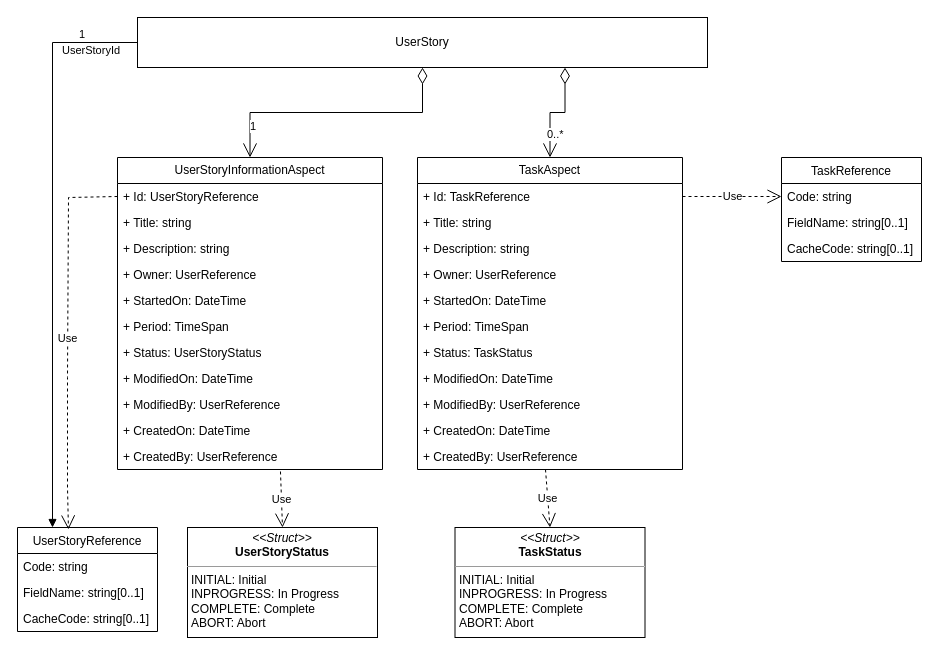
The draw.io diagram UML/Domain/UserStory.drawio in sdlfly2000/SimpleDashboard, before the edit. Source tidied: cells renumbered, new cells numbered last; positions are measured from the earlier drawing's top-left corner, leaving out a move shared by most shapes. Both pictures are drawn from the tidied source at 100%, with x=0, y=0 at pixel (17, 17).
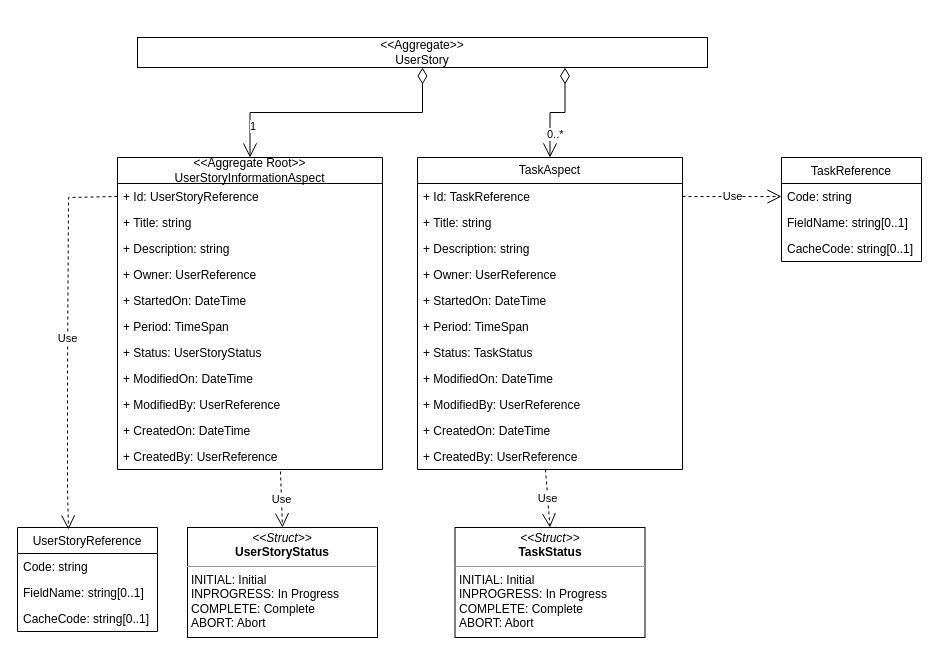
After the change.

Commit message (it also covers changes not shown here):
Add UserStorty Aggregate

Unchanged cells that the change refers to:
```xml
<mxCell id="15" value="UserStoryReference" style="swimlane;fontStyle=0;horizontal=1;startSize=26;fillColor=none;" parent="1" vertex="1">
  <mxGeometry y="510" width="140" height="104" as="geometry" />
</mxCell>
```

Change to the diagram source:
```diff
@@
-    <mxCell id="2" value="UserStoryInformationAspect" style="swimlane;fontStyle=0;horizontal=1;startSize=26;fillColor=none;whiteSpace=wrap;html=1;" parent="1" vertex="1">
+    <mxCell id="2" value="&amp;lt;&amp;lt;Aggregate Root&amp;gt;&amp;gt;&lt;br&gt;UserStoryInformationAspect" style="swimlane;fontStyle=0;horizontal=1;startSize=26;fillColor=none;whiteSpace=wrap;html=1;" parent="1" vertex="1">
       <mxGeometry x="100" y="140" width="265" height="312" as="geometry" />
     </mxCell>
@@
-    <mxCell id="19" value="UserStory" style="html=1;whiteSpace=wrap;" parent="1" vertex="1">
-      <mxGeometry x="120" width="570" height="50" as="geometry" />
+    <mxCell id="19" value="&amp;lt;&amp;lt;Aggregate&amp;gt;&amp;gt;&lt;br&gt;UserStory" style="html=1;whiteSpace=wrap;" parent="1" vertex="1">
+      <mxGeometry x="120" y="20" width="570" height="30" as="geometry" />
     </mxCell>
@@
-    <mxCell id="41" value="UserStoryId" style="endArrow=block;endFill=1;html=1;edgeStyle=orthogonalEdgeStyle;align=left;verticalAlign=top;rounded=0;entryX=0.25;entryY=0;entryDx=0;entryDy=0;exitX=0;exitY=0.5;exitDx=0;exitDy=0;" parent="1" edge="1" source="19" target="15">
-      <mxGeometry x="-0.73" y="-5" relative="1" as="geometry" />
-    </mxCell>
-    <mxCell id="42" value="1" style="edgeLabel;html=1;align=left;verticalAlign=bottom;" parent="41" vertex="1">
-      <mxGeometry x="-1" relative="1" as="geometry">
-        <mxPoint x="-60" as="offset" />
-      </mxGeometry>
-    </mxCell>
```
